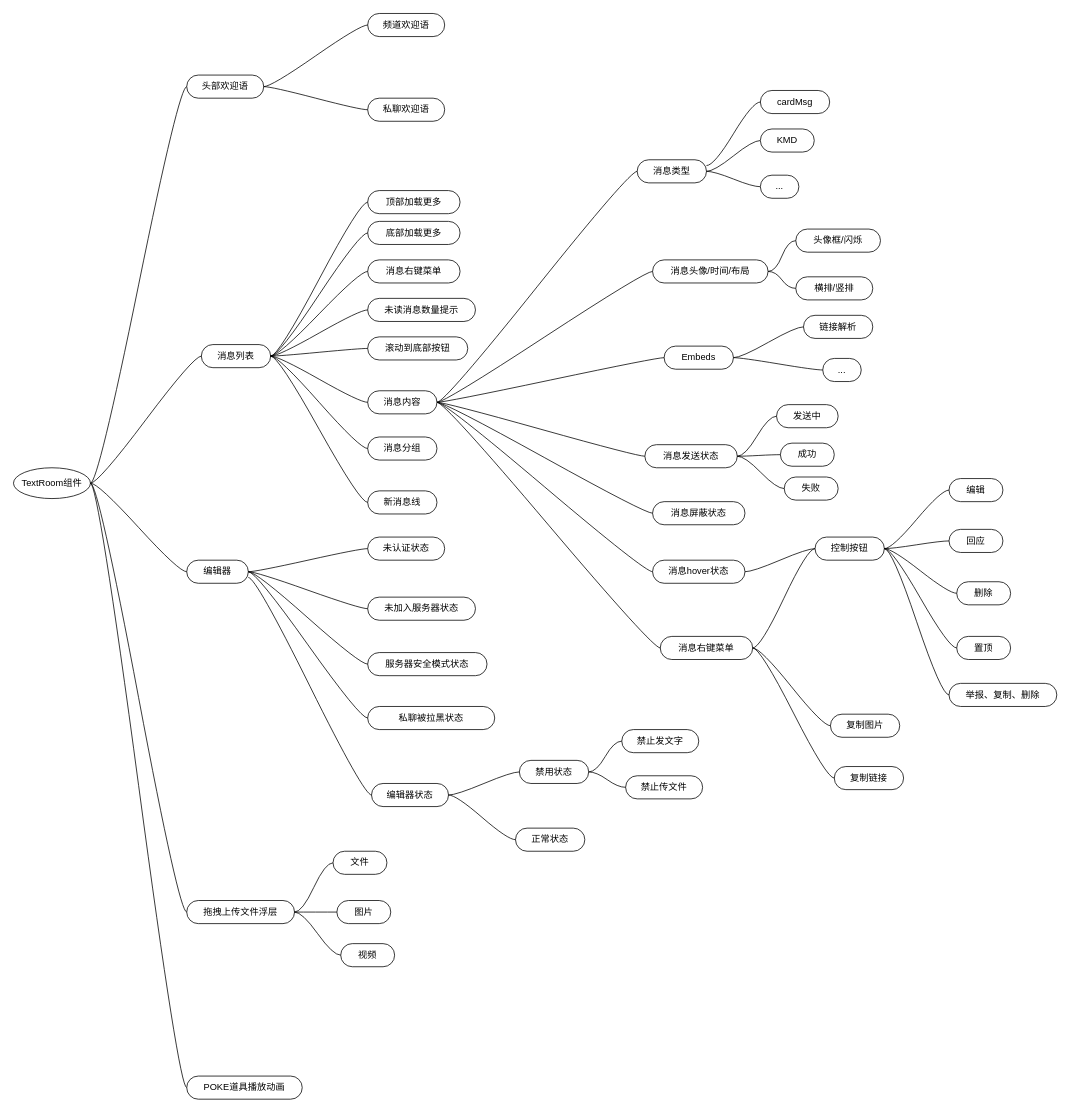
ccccccp/draw-io keeps this draw.io diagram as TextRoom业务脑图.drawio. Above is the earlier version. Source tidied: cells renumbered, new cells numbered last; positions are measured from the earlier drawing's top-left corner, leaving out a move shared by most shapes. Both pictures are drawn from the tidied source at 77%, with x=0, y=0 at pixel (13, 13).
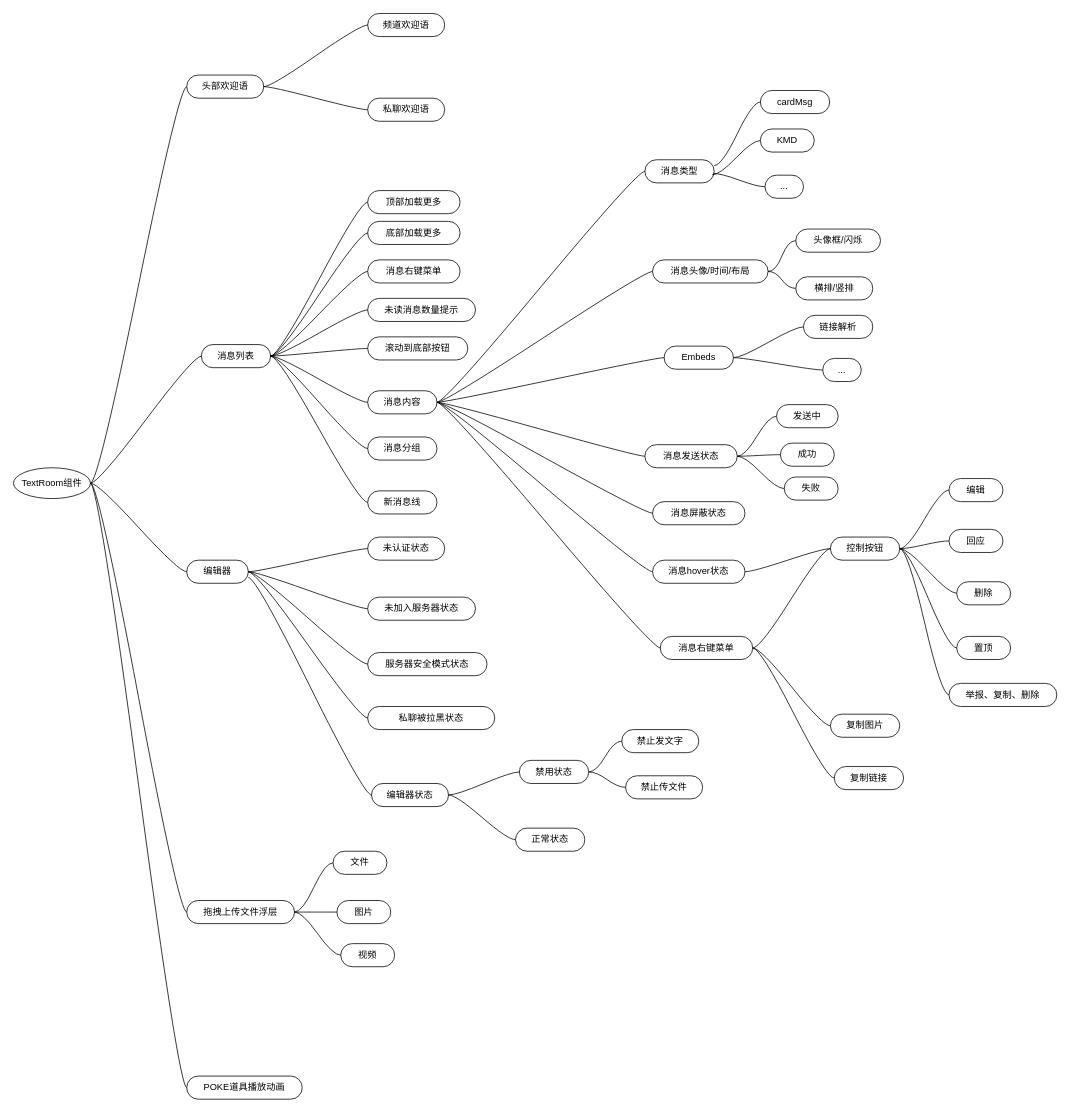
After the change.

Commit message (it also covers changes not shown here):
更新TextRoom业务脑图.drawio

The change refers to these unchanged cells:
```xml
<mxCell id="72" value="KMD" style="whiteSpace=wrap;html=1;rounded=1;arcSize=50;align=center;verticalAlign=middle;strokeWidth=1;spacing=4;newEdgeStyle={&quot;edgeStyle&quot;:&quot;entityRelationEdgeStyle&quot;,&quot;startArrow&quot;:&quot;none&quot;,&quot;endArrow&quot;:&quot;none&quot;,&quot;segment&quot;:10,&quot;curved&quot;:1,&quot;sourcePerimeterSpacing&quot;:0,&quot;targetPerimeterSpacing&quot;:0};" parent="1" vertex="1">
  <mxGeometry x="970" y="150" width="70" height="30" as="geometry" />
</mxCell>
```

The edit, as a diff of the source:
```diff
@@
     <mxCell id="63" value="消息类型" style="whiteSpace=wrap;html=1;rounded=1;arcSize=50;align=center;verticalAlign=middle;strokeWidth=1;spacing=4;newEdgeStyle={&quot;edgeStyle&quot;:&quot;entityRelationEdgeStyle&quot;,&quot;startArrow&quot;:&quot;none&quot;,&quot;endArrow&quot;:&quot;none&quot;,&quot;segment&quot;:10,&quot;curved&quot;:1,&quot;sourcePerimeterSpacing&quot;:0,&quot;targetPerimeterSpacing&quot;:0};" parent="1" vertex="1">
-      <mxGeometry x="810" y="190" width="90" height="30" as="geometry" />
+      <mxGeometry x="820" y="190" width="90" height="30" as="geometry" />
     </mxCell>
@@
-    <mxCell id="71" style="edgeStyle=entityRelationEdgeStyle;rounded=0;jettySize=auto;html=1;startArrow=none;endArrow=none;segment=10;curved=1;sourcePerimeterSpacing=0;targetPerimeterSpacing=0;exitX=0;exitY=0.5;exitDx=0;exitDy=0;entryX=1;entryY=0.5;entryDx=0;entryDy=0;" parent="1" edge="1" source="72" target="63">
+    <mxCell id="71" style="edgeStyle=entityRelationEdgeStyle;rounded=0;jettySize=auto;html=1;startArrow=none;endArrow=none;segment=10;curved=1;sourcePerimeterSpacing=0;targetPerimeterSpacing=0;exitX=0;exitY=0.5;exitDx=0;exitDy=0;entryX=0.969;entryY=0.654;entryDx=0;entryDy=0;entryPerimeter=0;" parent="1" edge="1" source="72" target="63">
       <mxGeometry relative="1" as="geometry" />
     </mxCell>
@@
-    <mxCell id="73" style="edgeStyle=entityRelationEdgeStyle;rounded=0;jettySize=auto;html=1;startArrow=none;endArrow=none;segment=10;curved=1;sourcePerimeterSpacing=0;targetPerimeterSpacing=0;entryX=1;entryY=0.5;entryDx=0;entryDy=0;" parent="1" edge="1" source="74" target="63">
+    <mxCell id="73" style="edgeStyle=entityRelationEdgeStyle;rounded=0;jettySize=auto;html=1;startArrow=none;endArrow=none;segment=10;curved=1;sourcePerimeterSpacing=0;targetPerimeterSpacing=0;entryX=0.988;entryY=0.592;entryDx=0;entryDy=0;entryPerimeter=0;" parent="1" edge="1" source="74" target="63">
       <mxGeometry relative="1" as="geometry" />
     </mxCell>
     <mxCell id="74" value="..." style="whiteSpace=wrap;html=1;rounded=1;arcSize=50;align=center;verticalAlign=middle;strokeWidth=1;spacing=4;newEdgeStyle={&quot;edgeStyle&quot;:&quot;entityRelationEdgeStyle&quot;,&quot;startArrow&quot;:&quot;none&quot;,&quot;endArrow&quot;:&quot;none&quot;,&quot;segment&quot;:10,&quot;curved&quot;:1,&quot;sourcePerimeterSpacing&quot;:0,&quot;targetPerimeterSpacing&quot;:0};" parent="1" vertex="1">
-      <mxGeometry x="970" y="210" width="50" height="30" as="geometry" />
+      <mxGeometry x="976" y="210" width="50" height="30" as="geometry" />
     </mxCell>
@@
     <mxCell id="81" value="控制按钮" style="whiteSpace=wrap;html=1;rounded=1;arcSize=50;align=center;verticalAlign=middle;strokeWidth=1;spacing=4;newEdgeStyle={&quot;edgeStyle&quot;:&quot;entityRelationEdgeStyle&quot;,&quot;startArrow&quot;:&quot;none&quot;,&quot;endArrow&quot;:&quot;none&quot;,&quot;segment&quot;:10,&quot;curved&quot;:1,&quot;sourcePerimeterSpacing&quot;:0,&quot;targetPerimeterSpacing&quot;:0};" parent="1" vertex="1">
-      <mxGeometry x="1041" y="680" width="90" height="30" as="geometry" />
+      <mxGeometry x="1061" y="680" width="90" height="30" as="geometry" />
     </mxCell>
```
